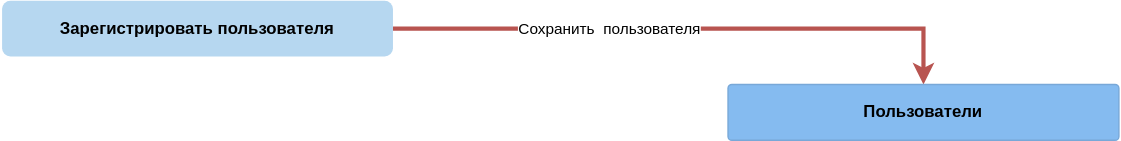
Earlier version of the draw.io export azhidkov.pro/content/effects-diagram/images/spec/operation-resource-rw.svg (d-r-q/developing-ergonomic-code). Source tidied: cells renumbered, new cells last; positions are measured from the earlier drawing's top-left corner, leaving out a move shared by most shapes. The source it was exported from:
```xml
<mxGraphModel>
  <root>
    <mxCell id="0" />
    <mxCell id="1" parent="0" />
    <mxCell id="2" style="edgeStyle=none;rounded=0;jettySize=auto;html=1;fillColor=#f8cecc;strokeColor=#b85450;strokeWidth=3;" parent="1" edge="1" source="4" target="5">
      <mxGeometry relative="1" as="geometry">
        <Array as="points">
          <mxPoint x="660" y="20" />
        </Array>
      </mxGeometry>
    </mxCell>
    <mxCell id="3" value="Сохранить&amp;nbsp; пользователя" style="edgeLabel;html=1;align=center;verticalAlign=middle;rounded=0;" parent="2" vertex="1">
      <mxGeometry x="0.14" relative="1" as="geometry">
        <mxPoint x="-85" as="offset" />
      </mxGeometry>
    </mxCell>
    <mxCell id="4" value="Зарегистрировать пользователя" style="rounded=1;whiteSpace=wrap;html=1;fillColor=#B6D7F0;strokeColor=none;fontStyle=1;" parent="1" vertex="1">
      <mxGeometry width="280" height="40" as="geometry" />
    </mxCell>
    <object id="5" label="&lt;b&gt;Пользователи&lt;br&gt;&lt;/b&gt;" c4Description="Description" c4Name="name" c4Technology="technology" c4Type="Component" placeholders="1">
      <mxCell style="rounded=1;whiteSpace=wrap;html=1;labelBackgroundColor=none;fillColor=#85bbf0;fontColor=#000000;align=center;arcSize=7;strokeColor=#78a8d8;" parent="1" vertex="1">
        <mxGeometry x="520" y="60" width="280" height="40" as="geometry" />
      </mxCell>
    </object>
  </root>
</mxGraphModel>
```
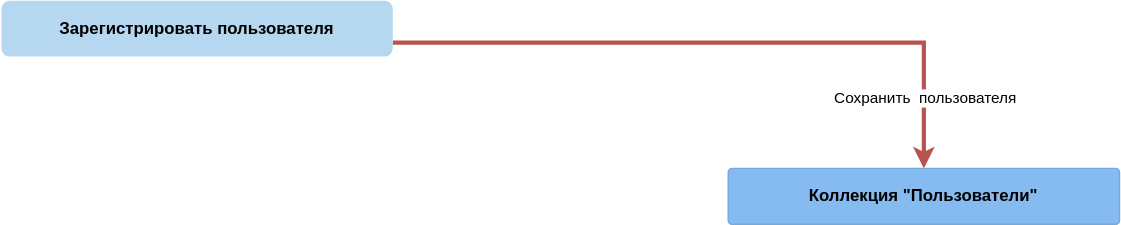
The same file after the commit.

Diff of the diagram source:
```diff
@@ -2,24 +2,24 @@
   <root>
     <mxCell id="0" />
     <mxCell id="1" parent="0" />
-    <mxCell id="2" style="edgeStyle=none;rounded=0;jettySize=auto;html=1;fillColor=#f8cecc;strokeColor=#b85450;strokeWidth=3;" parent="1" edge="1" source="4" target="5">
+    <mxCell id="2" style="edgeStyle=none;rounded=0;jettySize=auto;html=1;fillColor=#f8cecc;strokeColor=#b85450;strokeWidth=3;exitX=1;exitY=0.75;exitDx=0;exitDy=0;" parent="1" edge="1" source="4" target="5">
       <mxGeometry relative="1" as="geometry">
         <Array as="points">
-          <mxPoint x="660" y="20" />
+          <mxPoint x="660" y="-50" />
         </Array>
       </mxGeometry>
     </mxCell>
     <mxCell id="3" value="Сохранить&amp;nbsp; пользователя" style="edgeLabel;html=1;align=center;verticalAlign=middle;rounded=0;" parent="2" vertex="1">
       <mxGeometry x="0.14" relative="1" as="geometry">
-        <mxPoint x="-85" as="offset" />
+        <mxPoint x="113" y="40" as="offset" />
       </mxGeometry>
     </mxCell>
     <mxCell id="4" value="Зарегистрировать пользователя" style="rounded=1;whiteSpace=wrap;html=1;fillColor=#B6D7F0;strokeColor=none;fontStyle=1;" parent="1" vertex="1">
-      <mxGeometry width="280" height="40" as="geometry" />
+      <mxGeometry y="-80" width="280" height="40" as="geometry" />
     </mxCell>
-    <object id="5" label="&lt;b&gt;Пользователи&lt;br&gt;&lt;/b&gt;" c4Description="Description" c4Name="name" c4Technology="technology" c4Type="Component" placeholders="1">
+    <object id="5" label="&lt;b&gt;Коллекция &quot;Пользователи&quot;&lt;br&gt;&lt;/b&gt;" c4Description="Description" c4Name="name" c4Technology="technology" c4Type="Component" placeholders="1">
       <mxCell style="rounded=1;whiteSpace=wrap;html=1;labelBackgroundColor=none;fillColor=#85bbf0;fontColor=#000000;align=center;arcSize=7;strokeColor=#78a8d8;" parent="1" vertex="1">
-        <mxGeometry x="520" y="60" width="280" height="40" as="geometry" />
+        <mxGeometry x="520" y="40" width="280" height="40" as="geometry" />
       </mxCell>
     </object>
   </root>
```
